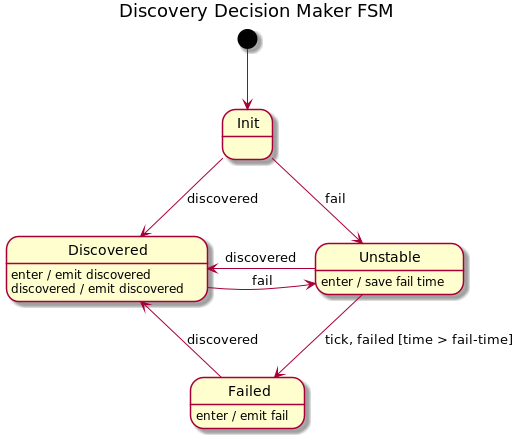
Above: docs/design/network-discovery/DiscoveryDecisionMaker-FSM.png in telstra/open-kilda (PlantUML), before the change.
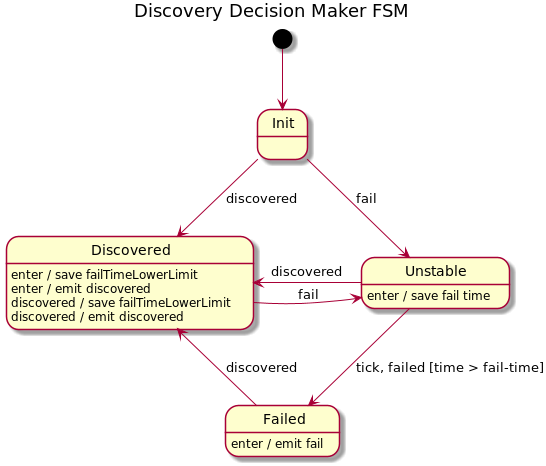
After the change.

What changed in the source:
```diff
@@ -14,7 +14,9 @@
 Failed -> Discovered : discovered
 
 Discovered -> Unstable : fail
+Discovered : enter / save failTimeLowerLimit
 Discovered : enter / emit discovered
+Discovered : discovered / save failTimeLowerLimit
 Discovered : discovered / emit discovered
 
 @enduml
```
